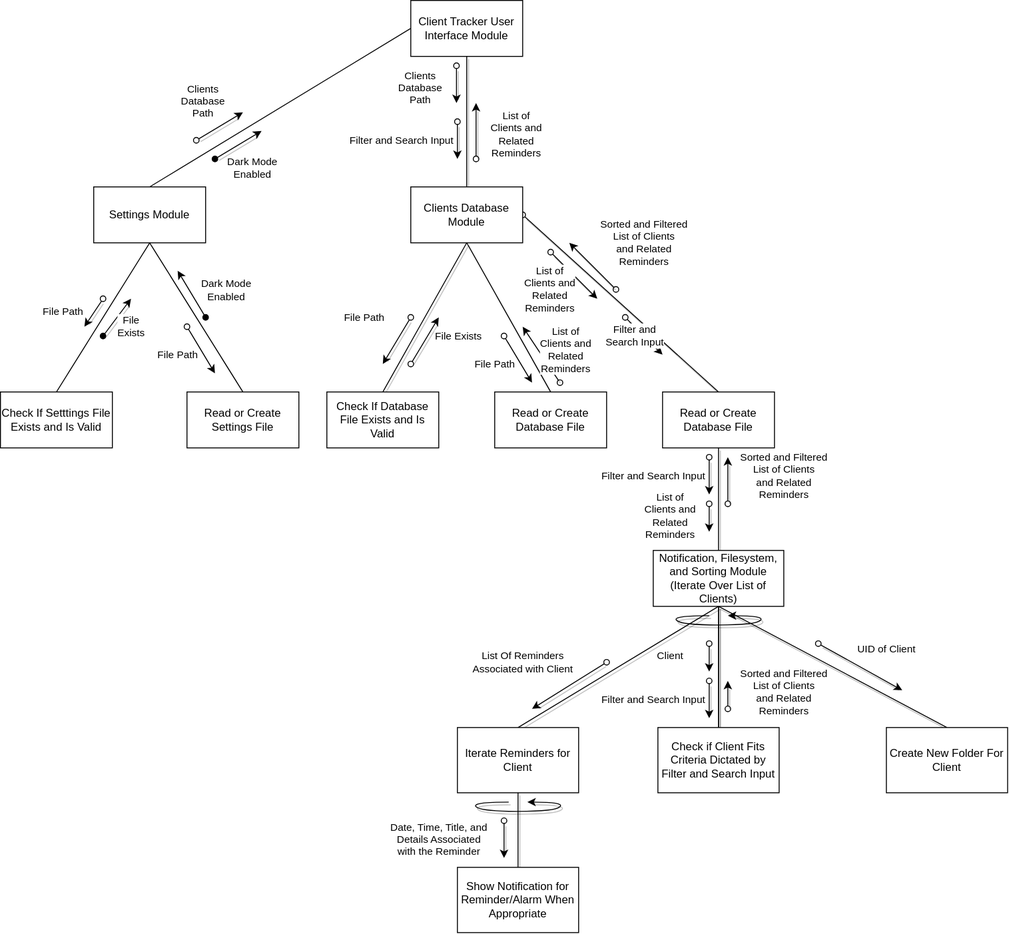
The draw.io diagram docs/structure.drawio.svg in amydevs/property-client-manager, before a commit. Source tidied: cells renumbered, new cells last; positions are measured from the earlier drawing's top-left corner, leaving out a move shared by most shapes.
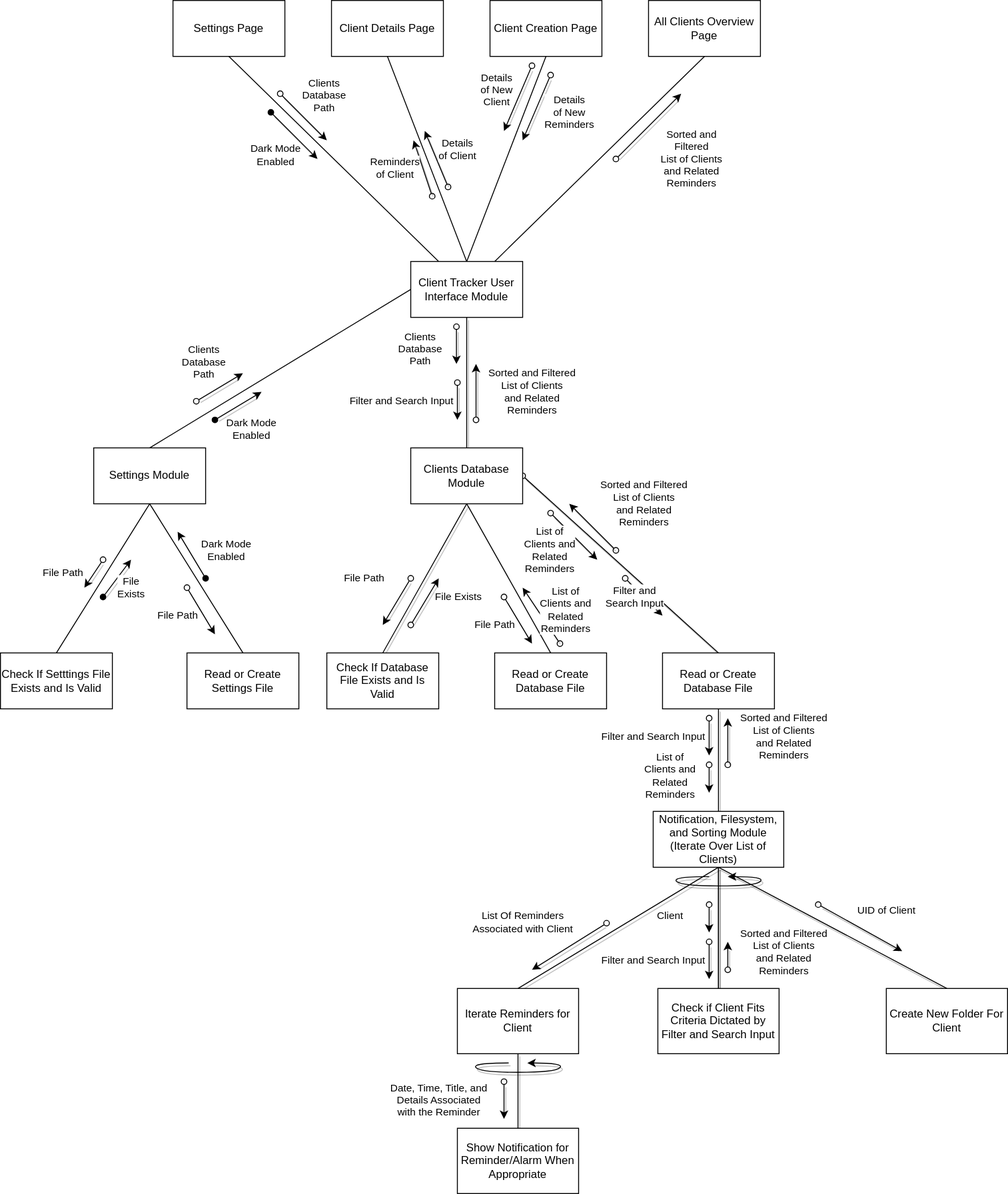
The same diagram one commit later.

Commit message:
updated structure chart

Change to the diagram source:
```diff
@@ -81,8 +81,8 @@
         <mxPoint x="1" as="offset" />
       </mxGeometry>
     </mxCell>
-    <mxCell id="22" value="List of&lt;br&gt;Clients and&lt;br&gt;Related&lt;br&gt;Reminders" style="endArrow=classic;html=1;strokeColor=default;startArrow=oval;startFill=0;shadow=1;" parent="1" edge="1">
-      <mxGeometry x="-0.12" y="-43" relative="1" as="geometry">
+    <mxCell id="22" value="Sorted and Filtered&lt;br&gt;List of Clients&lt;br&gt;and Related&lt;br&gt;Reminders" style="endArrow=classic;html=1;strokeColor=default;startArrow=oval;startFill=0;shadow=1;" parent="1" edge="1">
+      <mxGeometry y="-60" relative="1" as="geometry">
         <mxPoint x="510" y="170" as="sourcePoint" />
         <mxPoint x="510" y="110" as="targetPoint" />
       </mxGeometry>
@@ -259,5 +259,71 @@
         </Array>
       </mxGeometry>
     </mxCell>
+    <mxCell id="55" style="edgeStyle=none;html=1;exitX=0.5;exitY=1;exitDx=0;exitDy=0;entryX=0.25;entryY=0;entryDx=0;entryDy=0;endArrow=none;endFill=0;" parent="1" edge="1" source="56" target="3">
+      <mxGeometry relative="1" as="geometry" />
+    </mxCell>
+    <mxCell id="56" value="Settings Page" style="rounded=0;whiteSpace=wrap;html=1;" parent="1" vertex="1">
+      <mxGeometry x="185" y="-280" width="120" height="60" as="geometry" />
+    </mxCell>
+    <mxCell id="57" style="edgeStyle=none;html=1;exitX=0.5;exitY=1;exitDx=0;exitDy=0;entryX=0.75;entryY=0;entryDx=0;entryDy=0;endArrow=none;endFill=0;" parent="1" edge="1" source="58" target="3">
+      <mxGeometry relative="1" as="geometry" />
+    </mxCell>
+    <mxCell id="58" value="All Clients Overview Page" style="rounded=0;whiteSpace=wrap;html=1;" parent="1" vertex="1">
+      <mxGeometry x="695" y="-280" width="120" height="60" as="geometry" />
+    </mxCell>
+    <mxCell id="59" style="edgeStyle=none;html=1;exitX=0.5;exitY=1;exitDx=0;exitDy=0;entryX=0.5;entryY=0;entryDx=0;entryDy=0;endArrow=none;endFill=0;" parent="1" edge="1" source="60" target="3">
+      <mxGeometry relative="1" as="geometry" />
+    </mxCell>
+    <mxCell id="60" value="Client Details Page" style="rounded=0;whiteSpace=wrap;html=1;" parent="1" vertex="1">
+      <mxGeometry x="355" y="-280" width="120" height="60" as="geometry" />
+    </mxCell>
+    <mxCell id="61" style="edgeStyle=none;html=1;exitX=0.5;exitY=1;exitDx=0;exitDy=0;entryX=0.5;entryY=0;entryDx=0;entryDy=0;endArrow=none;endFill=0;" parent="1" edge="1" source="62" target="3">
+      <mxGeometry relative="1" as="geometry" />
+    </mxCell>
+    <mxCell id="62" value="Client Creation Page" style="rounded=0;whiteSpace=wrap;html=1;" parent="1" vertex="1">
+      <mxGeometry x="525" y="-280" width="120" height="60" as="geometry" />
+    </mxCell>
+    <mxCell id="63" value="Dark Mode&lt;br&gt;Enabled" style="endArrow=classic;html=1;strokeColor=default;startArrow=oval;startFill=1;shadow=1;" parent="1" edge="1">
+      <mxGeometry y="-29" relative="1" as="geometry">
+        <mxPoint x="290" y="-160" as="sourcePoint" />
+        <mxPoint x="340" y="-110" as="targetPoint" />
+      </mxGeometry>
+    </mxCell>
+    <mxCell id="64" value="Clients&lt;br&gt;Database&lt;br&gt;Path" style="endArrow=classic;html=1;strokeColor=default;startArrow=oval;startFill=0;shadow=1;horizontal=1;" parent="1" edge="1">
+      <mxGeometry x="-0.04" y="32" relative="1" as="geometry">
+        <mxPoint x="300" y="-180" as="sourcePoint" />
+        <mxPoint x="350" y="-130" as="targetPoint" />
+      </mxGeometry>
+    </mxCell>
+    <mxCell id="65" value="Details &lt;br&gt;of Client" style="endArrow=classic;html=1;strokeColor=default;startArrow=oval;startFill=0;shadow=1;" parent="1" edge="1">
+      <mxGeometry x="0.02" y="-25" relative="1" as="geometry">
+        <mxPoint x="480" y="-80" as="sourcePoint" />
+        <mxPoint x="455" y="-140" as="targetPoint" />
+      </mxGeometry>
+    </mxCell>
+    <mxCell id="66" value="Reminders&lt;br&gt;of Client" style="endArrow=classic;html=1;strokeColor=default;startArrow=oval;startFill=0;shadow=1;" parent="1" edge="1">
+      <mxGeometry x="0.3" y="28" relative="1" as="geometry">
+        <mxPoint x="463" y="-70" as="sourcePoint" />
+        <mxPoint x="443" y="-130" as="targetPoint" />
+      </mxGeometry>
+    </mxCell>
+    <mxCell id="67" value="Sorted and&lt;br&gt;Filtered&lt;br&gt;List of Clients&lt;br&gt;and Related&lt;br&gt;Reminders" style="endArrow=classic;html=1;strokeColor=default;startArrow=oval;startFill=0;shadow=1;" parent="1" edge="1">
+      <mxGeometry x="0.14" y="-57" relative="1" as="geometry">
+        <mxPoint x="660" y="-110" as="sourcePoint" />
+        <mxPoint x="730" y="-180" as="targetPoint" />
+      </mxGeometry>
+    </mxCell>
+    <mxCell id="68" value="Details &lt;br&gt;of New&lt;br&gt;Client" style="endArrow=classic;html=1;strokeColor=default;startArrow=oval;startFill=0;shadow=1;" parent="1" edge="1">
+      <mxGeometry x="0.02" y="-25" relative="1" as="geometry">
+        <mxPoint x="570" y="-210" as="sourcePoint" />
+        <mxPoint x="540" y="-140" as="targetPoint" />
+      </mxGeometry>
+    </mxCell>
+    <mxCell id="69" value="Details &lt;br&gt;of New&lt;br&gt;Reminders" style="endArrow=classic;html=1;strokeColor=default;startArrow=oval;startFill=0;shadow=1;" parent="1" edge="1">
+      <mxGeometry x="-0.24" y="34" relative="1" as="geometry">
+        <mxPoint x="590" y="-200" as="sourcePoint" />
+        <mxPoint x="560" y="-130" as="targetPoint" />
+      </mxGeometry>
+    </mxCell>
   </root>
 </mxGraphModel>
```
